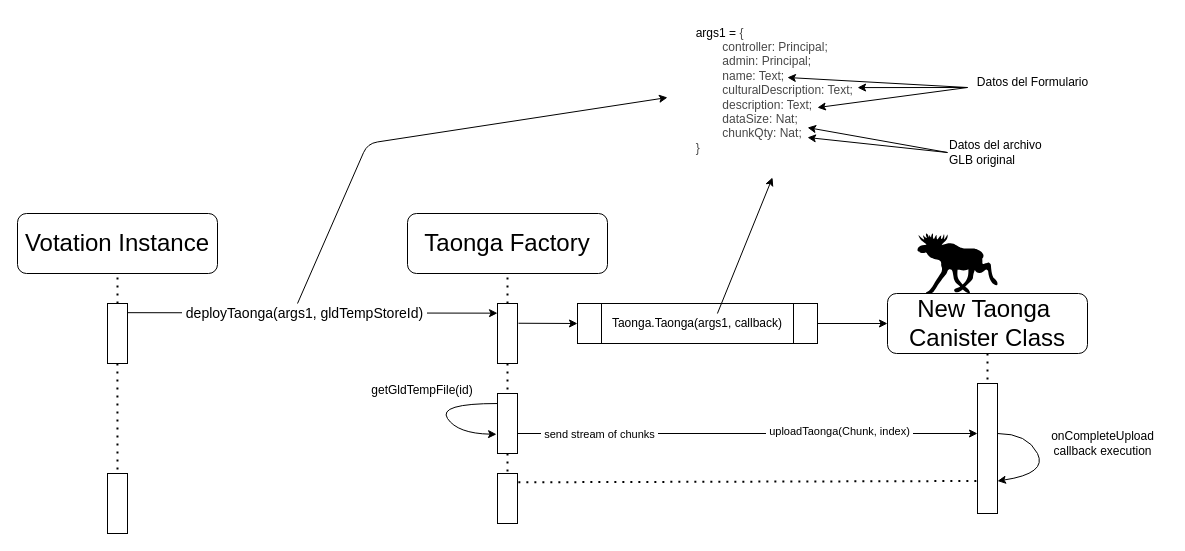
Before: page "Taonga Deploy Flow" (2 of 6) of src/architecture/architecture.drawio in ArielRobotti/digitaonga, a draw.io diagram. Source tidied: cells renumbered, new cells numbered last; positions are measured from the earlier drawing's top-left corner, leaving out a move shared by most shapes. Both pictures are drawn from the tidied source at 100%, with x=0, y=0 at pixel (17, 17).
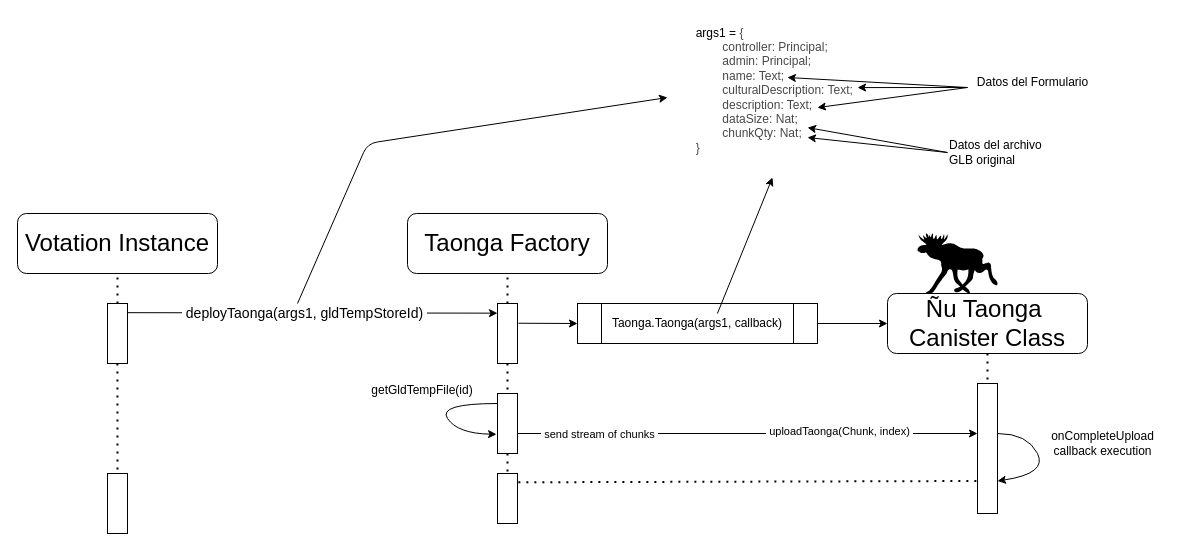
Above is the later version.

Diff of the diagram source:
```diff
@@
-    <mxCell id="11" value="&lt;font style=&quot;font-size: 24px;&quot;&gt;New Taonga&amp;nbsp;&lt;/font&gt;&lt;div&gt;&lt;font style=&quot;font-size: 24px;&quot;&gt;Canister Class&lt;/font&gt;&lt;/div&gt;" style="rounded=1;whiteSpace=wrap;html=1;" parent="1" vertex="1">
+    <mxCell id="11" value="&lt;font style=&quot;font-size: 24px;&quot;&gt;Ñu Taonga&amp;nbsp;&lt;/font&gt;&lt;div&gt;&lt;font style=&quot;font-size: 24px;&quot;&gt;Canister Class&lt;/font&gt;&lt;/div&gt;" style="rounded=1;whiteSpace=wrap;html=1;" parent="1" vertex="1">
       <mxGeometry x="870" y="276" width="200" height="60" as="geometry" />
     </mxCell>
```
